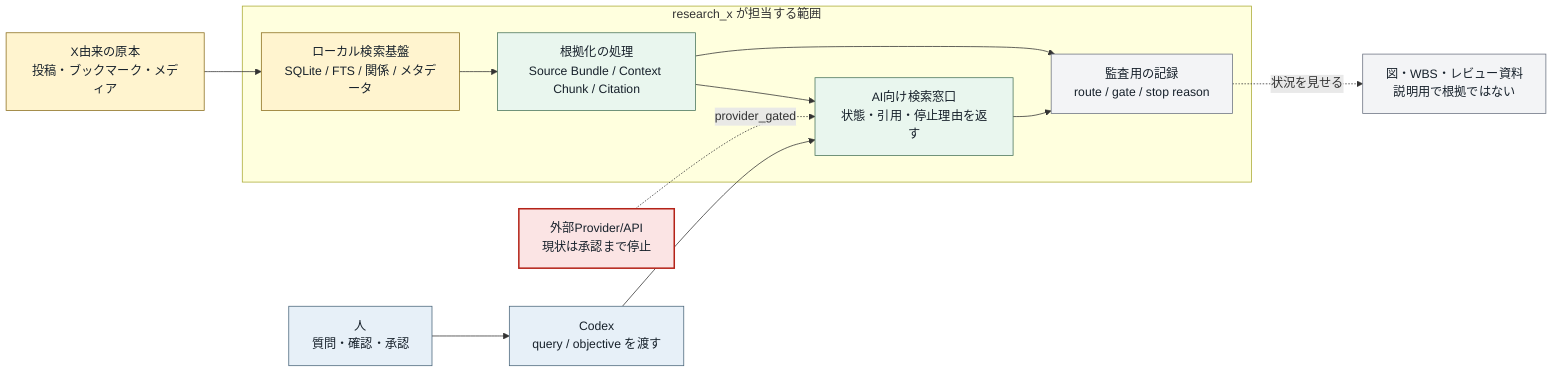
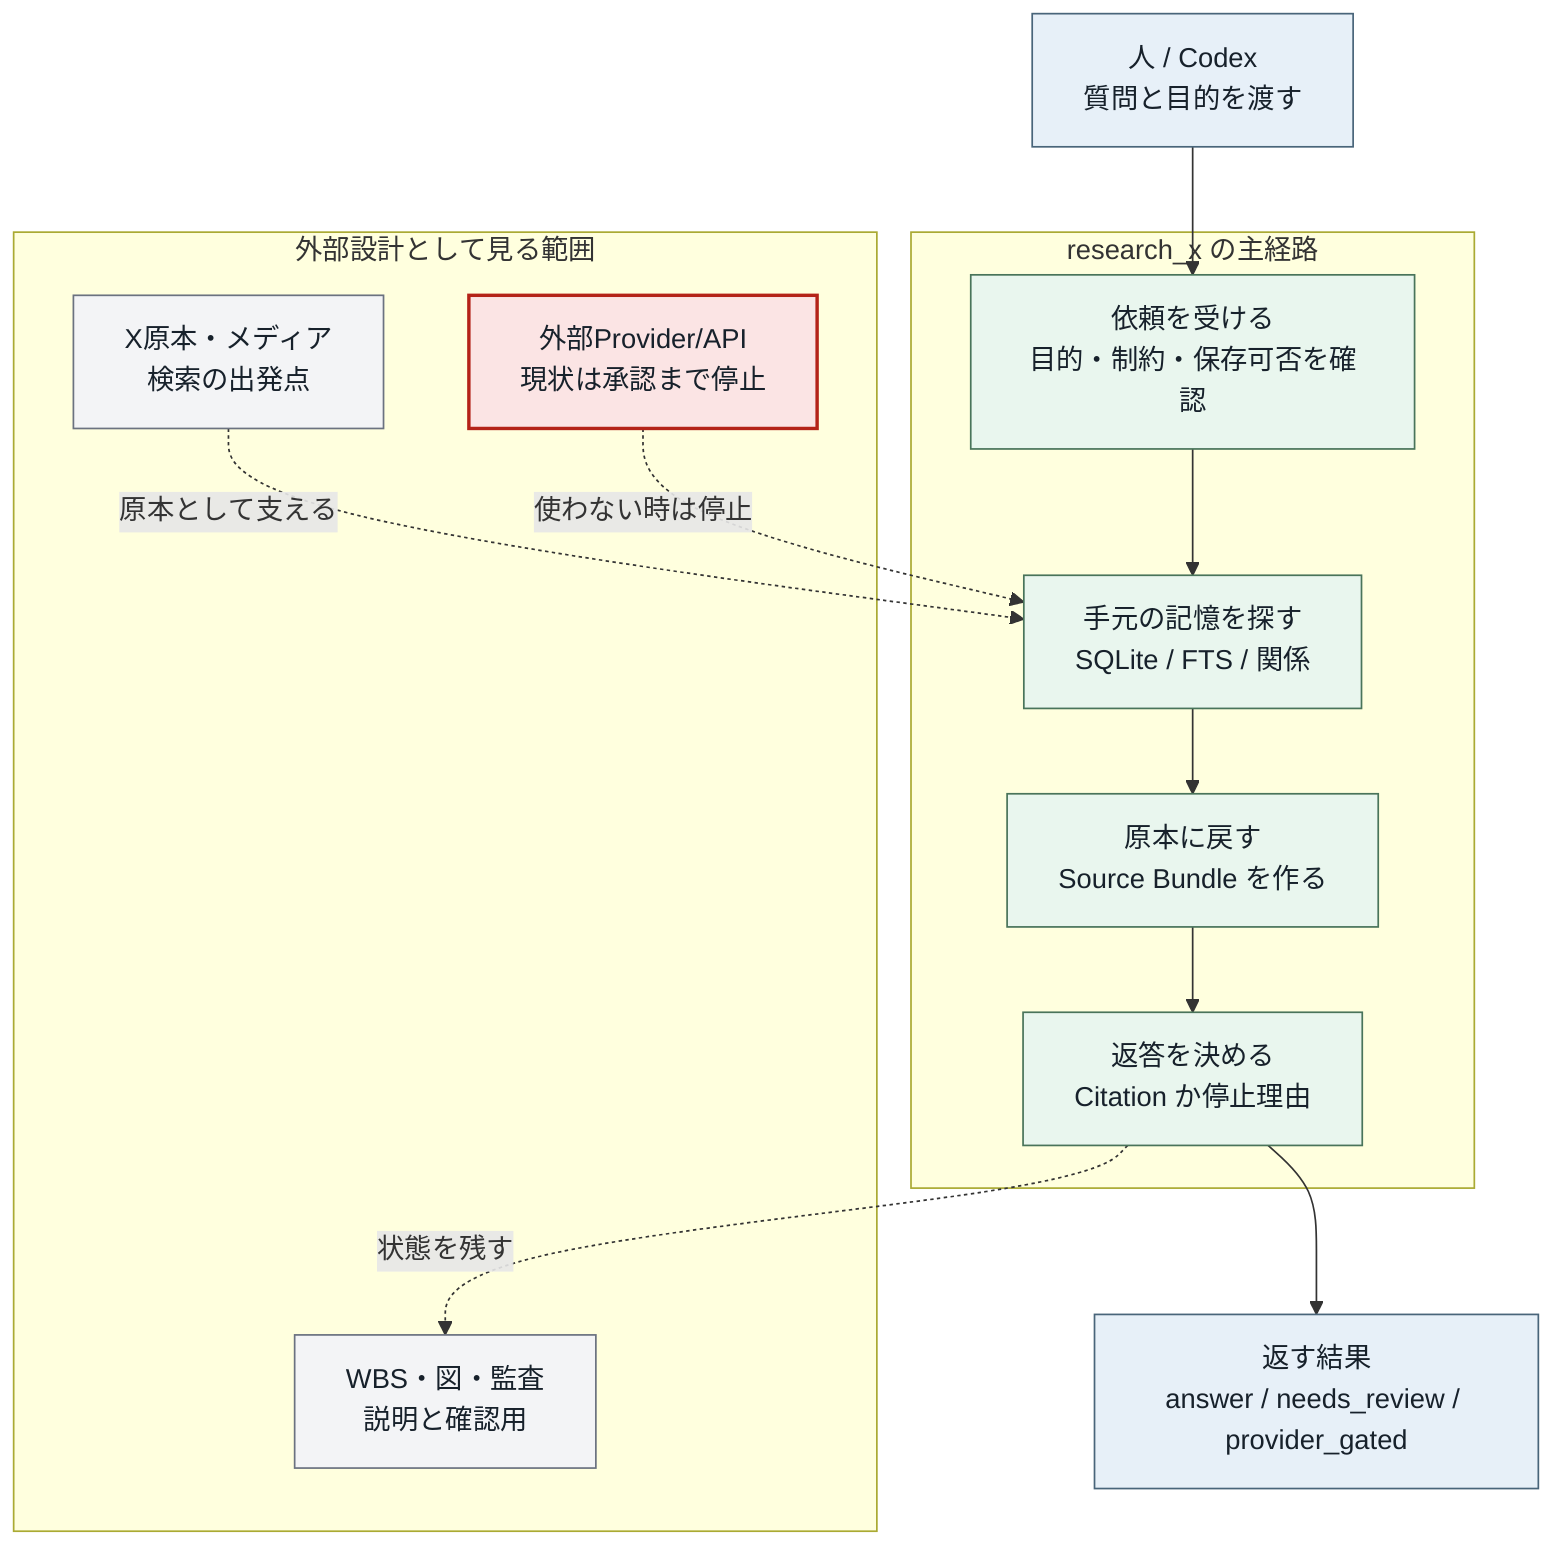
- flowchart LR
-   %% 現状の全体アーキテクチャ図: いま誰が何を担当し、どこで止まるかを見る
+ flowchart TB
+   %% 現状の全体アーキテクチャ図: 質問から返答までの主経路と、周辺の外部設計面を見る

-   classDef human fill:#e7f0f8,stroke:#49657a,color:#17212b
-   classDef owned fill:#e9f6ee,stroke:#49745a,color:#17212b
-   classDef data fill:#fff4cf,stroke:#8a6d1d,color:#17212b
+   classDef main fill:#e9f6ee,stroke:#49745a,color:#17212b
+   classDef input fill:#e7f0f8,stroke:#49657a,color:#17212b
  classDef gate fill:#fbe4e4,stroke:#b42318,color:#17212b,stroke-width:2px
-   classDef review fill:#f3f4f6,stroke:#6b7280,color:#17212b
+   classDef support fill:#f3f4f6,stroke:#6b7280,color:#17212b

-   person["人<br/>質問・確認・承認"]:::human
-   codex["Codex<br/>query / objective を渡す"]:::human
+   question["人 / Codex<br/>質問と目的を渡す"]:::input

-   subgraph rx["research_x が担当する範囲"]
-     tool["AI向け検索窓口<br/>状態・引用・停止理由を返す"]:::owned
-     local["ローカル検索基盤<br/>SQLite / FTS / 関係 / メタデータ"]:::data
-     evidence["根拠化の処理<br/>Source Bundle / Context Chunk / Citation"]:::owned
-     trace["監査用の記録<br/>route / gate / stop reason"]:::review
+   subgraph core["research_x の主経路"]
+     receive["依頼を受ける<br/>目的・制約・保存可否を確認"]:::main
+     search["手元の記憶を探す<br/>SQLite / FTS / 関係"]:::main
+     restore["原本に戻す<br/>Source Bundle を作る"]:::main
+     decide["返答を決める<br/>Citation か停止理由"]:::main
  end

-   source["X由来の原本<br/>投稿・ブックマーク・メディア"]:::data
-   provider["外部Provider/API<br/>現状は承認まで停止"]:::gate
-   controls["図・WBS・レビュー資料<br/>説明用で根拠ではない"]:::review
+   result["返す結果<br/>answer / needs_review / provider_gated"]:::input

-   person --> codex --> tool
-   source --> local --> evidence --> tool
-   tool --> trace
-   evidence --> trace
-   provider -. "provider_gated" .-> tool
-   trace -. "状況を見せる" .-> controls
+   subgraph outside["外部設計として見る範囲"]
+     raw["X原本・メディア<br/>検索の出発点"]:::support
+     provider["外部Provider/API<br/>現状は承認まで停止"]:::gate
+     review["WBS・図・監査<br/>説明と確認用"]:::support
+   end
+ 
+   question --> receive --> search --> restore --> decide --> result
+   raw -. "原本として支える" .-> search
+   provider -. "使わない時は停止" .-> search
+   decide -. "状態を残す" .-> review
